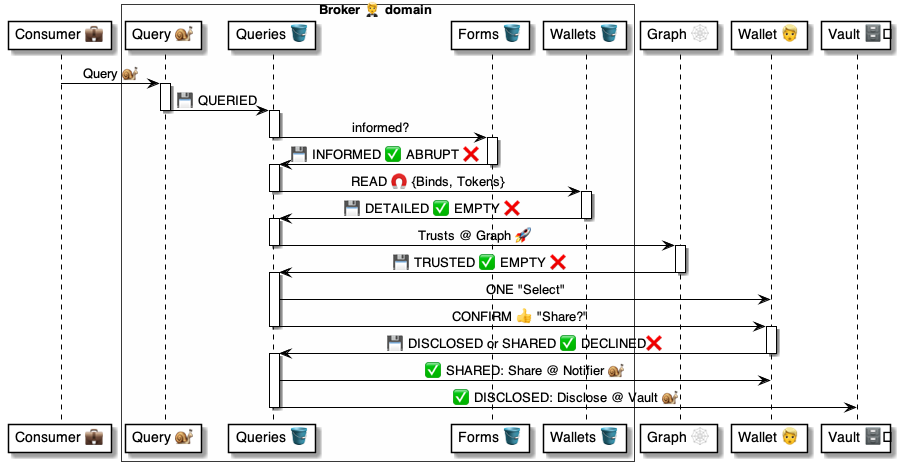
Above: 4 ⚙️ Solution/20 🧑‍🦰 UI/Brokers 🤵/🤵🪣 Broker tables/Queries 💼 table/🪣 Queries/🤵 Broker.Queries ⚙️ uml.png in pollyweb-org/pollyweb-docs (PlantUML), before the change. Its source is kept beside it as 4 ⚙️ Solution/20 🧑‍🦰 UI/Brokers 🤵/🤵🪣 Broker tables/Queries 💼 table/🪣 Queries/🤵 Broker.Queries ⚙️ uml.puml.
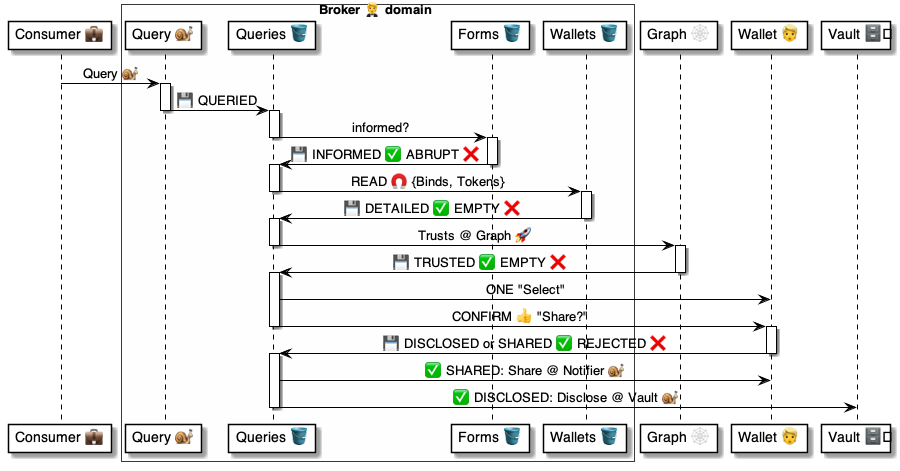
After the change.

Change to the diagram source:
```diff
@@ -47,7 +47,7 @@
 deactivate queries
 
 activate wallet
-    wallet -> queries: 💾 DISCLOSED or SHARED ✅ DECLINED❌
+    wallet -> queries: 💾 DISCLOSED or SHARED ✅ REJECTED ❌
 deactivate wallet
 
 activate queries
```
